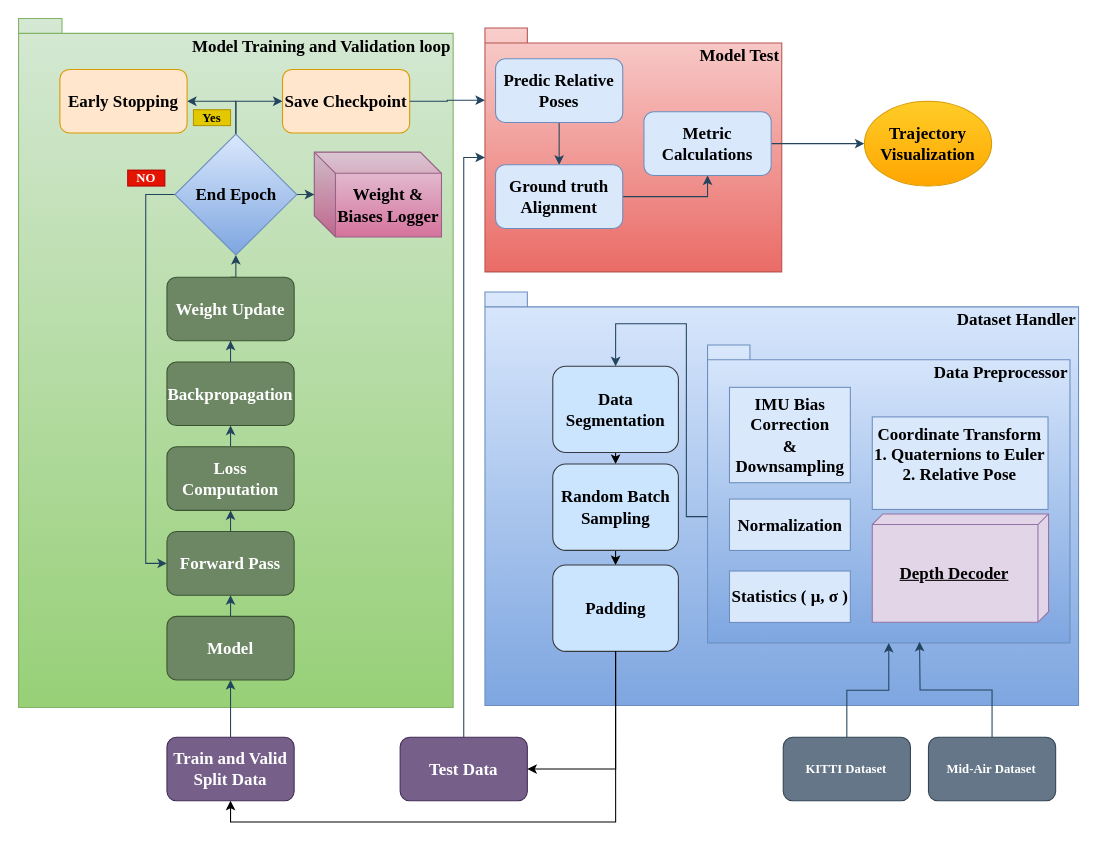
Earlier version of the draw.io diagram Training Pipeline Overview.drawio (Kavi91/PROJECT-IGI3). Source tidied: cells renumbered, new cells numbered last; positions are measured from the earlier drawing's top-left corner, leaving out a move shared by most shapes. Both pictures are drawn from the tidied source at 106%, with x=0, y=0 at pixel (18, 18).
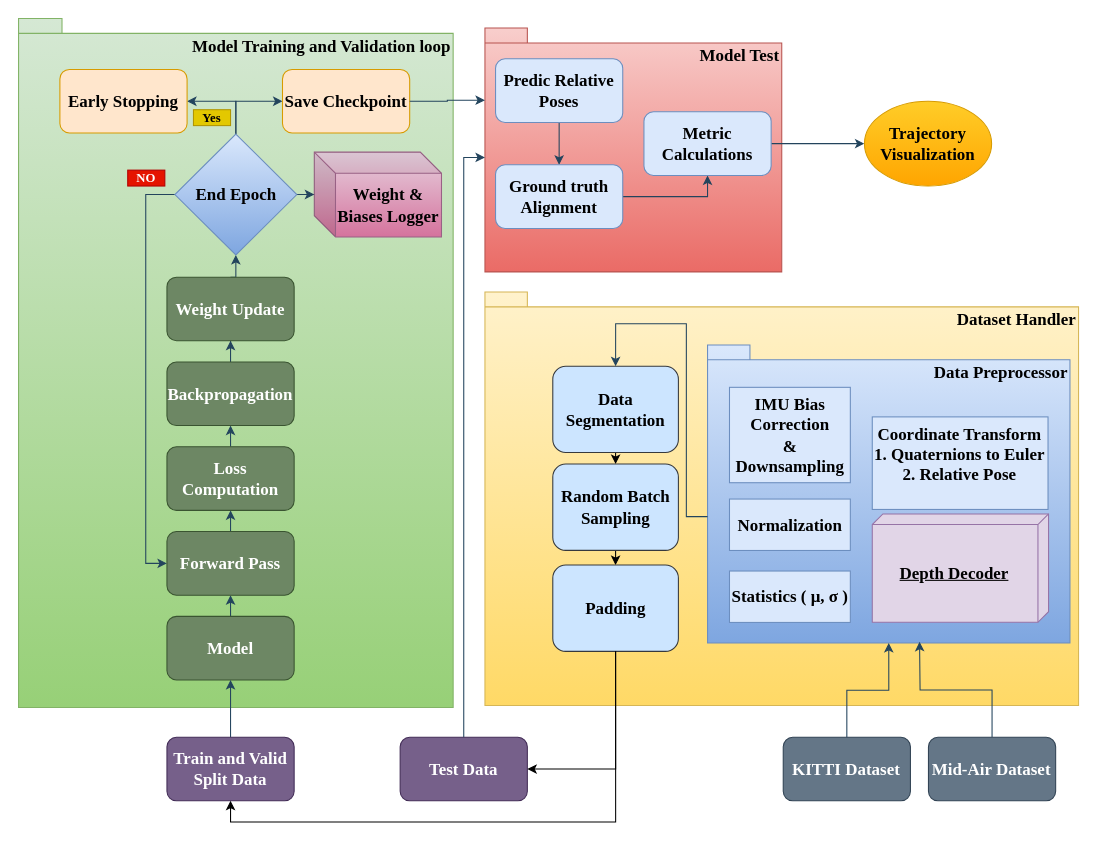
The same diagram, later.

Unchanged cells that the change refers to:
```xml
<mxCell id="2" style="group;fontSize=12;fontFamily=Times New Roman;fontStyle=1;" parent="1" vertex="1">
  <mxGeometry x="440" y="258" width="560" height="390" as="geometry" />
</mxCell>
```

Change to the diagram source:
```diff
@@
-    <mxCell id="3" value="Dataset Handler" style="shape=folder;fontStyle=1;spacingTop=10;tabWidth=40;tabHeight=14;tabPosition=left;html=1;whiteSpace=wrap;strokeColor=#6c8ebf;fillColor=#dae8fc;verticalAlign=top;gradientColor=#7ea6e0;fontSize=16;fontFamily=Times New Roman;align=right;" parent="2" vertex="1">
+    <mxCell id="3" value="Dataset Handler" style="shape=folder;fontStyle=1;spacingTop=10;tabWidth=40;tabHeight=14;tabPosition=left;html=1;whiteSpace=wrap;strokeColor=#d6b656;fillColor=#fff2cc;verticalAlign=top;gradientColor=#ffd966;fontSize=16;fontFamily=Times New Roman;align=right;" parent="2" vertex="1">
       <mxGeometry width="560" height="390" as="geometry" />
     </mxCell>
@@
-    <mxCell id="37" value="Mid-Air Dataset" style="rounded=1;whiteSpace=wrap;html=1;strokeColor=#314354;fontColor=#ffffff;fillColor=#647687;fontSize=12;fontFamily=Times New Roman;fontStyle=1;" parent="1" vertex="1">
+    <mxCell id="37" value="Mid-Air Dataset" style="rounded=1;whiteSpace=wrap;html=1;strokeColor=#314354;fontColor=#ffffff;fillColor=#647687;fontSize=16;fontFamily=Times New Roman;fontStyle=1;" parent="1" vertex="1">
       <mxGeometry x="858.4" y="678" width="120" height="60" as="geometry" />
     </mxCell>
-    <mxCell id="38" value="KITTI Dataset" style="rounded=1;whiteSpace=wrap;html=1;strokeColor=#314354;fontColor=#ffffff;fillColor=#647687;fontSize=12;fontFamily=Times New Roman;fontStyle=1;" parent="1" vertex="1">
+    <mxCell id="38" value="KITTI Dataset" style="rounded=1;whiteSpace=wrap;html=1;strokeColor=#314354;fontColor=#ffffff;fillColor=#647687;fontSize=16;fontFamily=Times New Roman;fontStyle=1;" parent="1" vertex="1">
       <mxGeometry x="721.4" y="678" width="120" height="60" as="geometry" />
     </mxCell>
```
